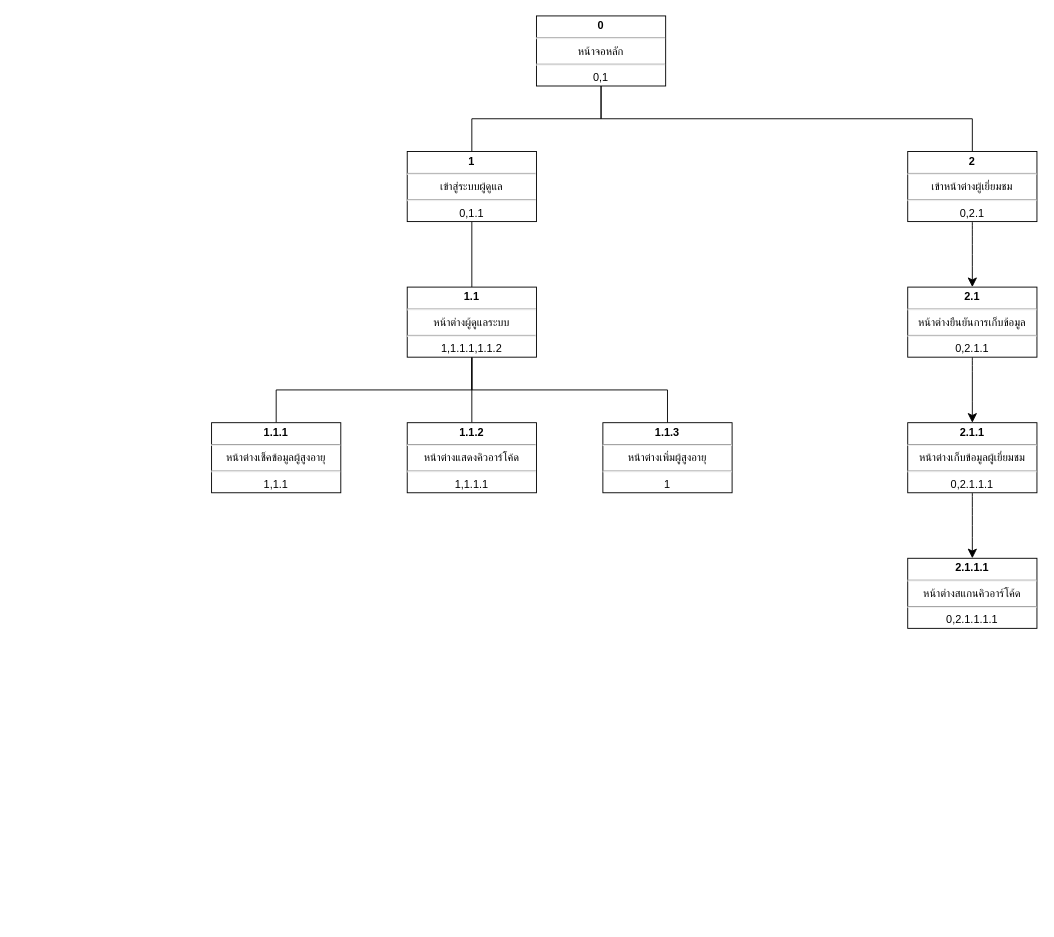
Earlier version of the draw.io diagram Userinterface.drawio (CChayut/Di-grm). Source tidied: cells renumbered, new cells numbered last; positions are measured from the earlier drawing's top-left corner, leaving out a move shared by most shapes. Both pictures are drawn from the tidied source at 91%, with x=0, y=0 at pixel (211, 15).
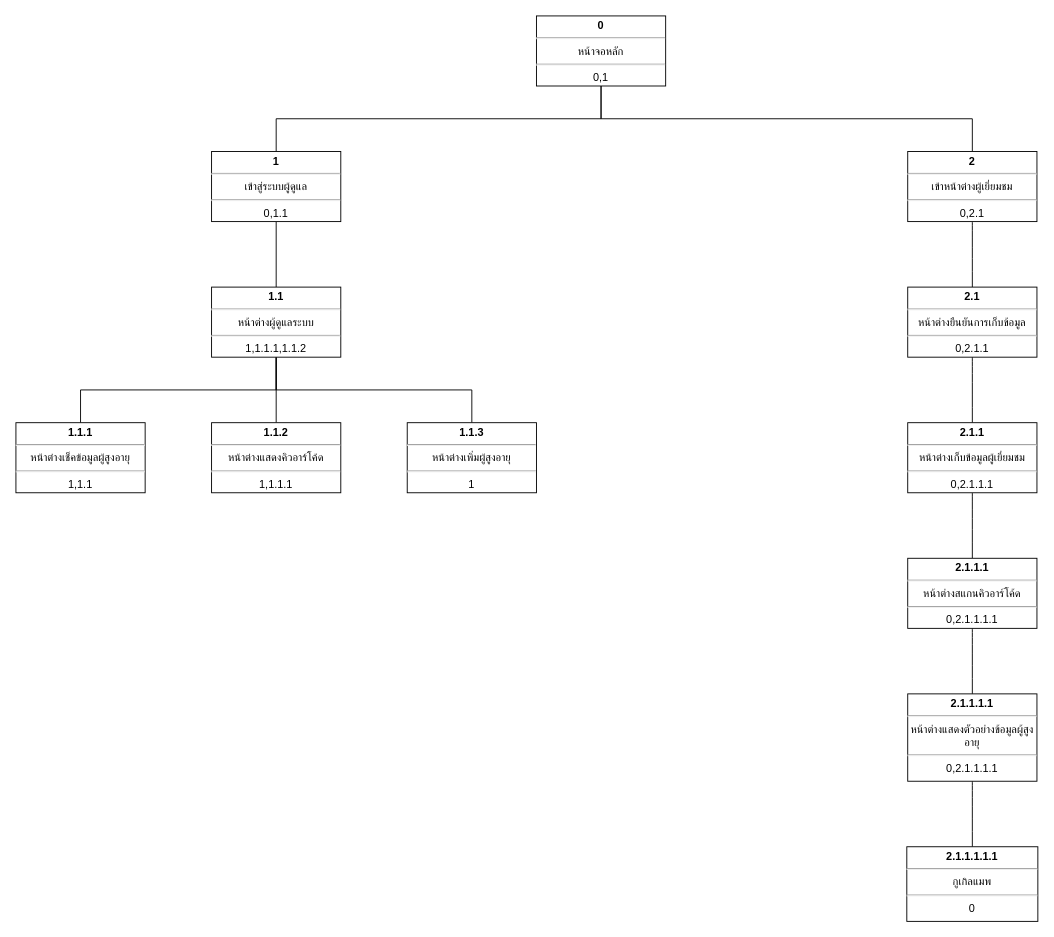
Above is the later version.

Unchanged cells that the change refers to:
```xml
<mxCell id="8" value="&lt;p style=&quot;margin:0px;margin-top:4px;text-align:center;&quot;&gt;&lt;/p&gt;&lt;div style=&quot;text-align: center;&quot;&gt;&lt;b&gt;2&lt;/b&gt;&lt;/div&gt;&lt;div style=&quot;text-align: center;&quot;&gt;&lt;hr&gt;&lt;/div&gt;&lt;div style=&quot;text-align: center;&quot;&gt;&lt;/div&gt;&lt;div style=&quot;text-align: center;&quot;&gt;เข้าหน้าต่างผู้เยี่ยมชม&lt;/div&gt;&lt;hr&gt;&lt;div style=&quot;text-align: center;&quot;&gt;0,2.1&lt;/div&gt;" style="verticalAlign=top;align=left;overflow=fill;html=1;whiteSpace=wrap;" parent="1" vertex="1">
  <mxGeometry x="765" y="149" width="142" height="77" as="geometry" />
</mxCell>
<mxCell id="17" value="&lt;p style=&quot;margin:0px;margin-top:4px;text-align:center;&quot;&gt;&lt;/p&gt;&lt;div style=&quot;text-align: center;&quot;&gt;&lt;b&gt;2.1&lt;/b&gt;&lt;/div&gt;&lt;div style=&quot;text-align: center;&quot;&gt;&lt;hr&gt;&lt;/div&gt;&lt;div style=&quot;text-align: center;&quot;&gt;&lt;/div&gt;&lt;div style=&quot;text-align: center;&quot;&gt;หน้าต่างยืนยันการเก็บข้อมูล&lt;/div&gt;&lt;hr&gt;&lt;div style=&quot;text-align: center;&quot;&gt;0,2.1.1&lt;/div&gt;" style="verticalAlign=top;align=left;overflow=fill;html=1;whiteSpace=wrap;" parent="1" vertex="1">
  <mxGeometry x="765" y="298" width="142" height="77" as="geometry" />
</mxCell>
<mxCell id="19" value="&lt;p style=&quot;margin:0px;margin-top:4px;text-align:center;&quot;&gt;&lt;/p&gt;&lt;div style=&quot;text-align: center;&quot;&gt;&lt;b&gt;2.1.1&lt;/b&gt;&lt;/div&gt;&lt;div style=&quot;text-align: center;&quot;&gt;&lt;hr&gt;&lt;/div&gt;&lt;div style=&quot;text-align: center;&quot;&gt;&lt;/div&gt;&lt;div style=&quot;text-align: center;&quot;&gt;หน้าต่างเก็บข้อมูลผู้เยี่ยมชม&lt;/div&gt;&lt;hr&gt;&lt;div style=&quot;text-align: center;&quot;&gt;0,2.1.1.1&lt;/div&gt;" style="verticalAlign=top;align=left;overflow=fill;html=1;whiteSpace=wrap;" parent="1" vertex="1">
  <mxGeometry x="765" y="447" width="142" height="77" as="geometry" />
</mxCell>
<mxCell id="20" value="&lt;p style=&quot;margin:0px;margin-top:4px;text-align:center;&quot;&gt;&lt;/p&gt;&lt;div style=&quot;text-align: center;&quot;&gt;&lt;b&gt;2.1.1.1&lt;/b&gt;&lt;/div&gt;&lt;div style=&quot;text-align: center;&quot;&gt;&lt;hr&gt;&lt;/div&gt;&lt;div style=&quot;text-align: center;&quot;&gt;&lt;/div&gt;&lt;div style=&quot;text-align: center;&quot;&gt;หน้าต่างสแกนคิวอาร์โค้ด&lt;/div&gt;&lt;hr&gt;&lt;div style=&quot;text-align: center;&quot;&gt;0,2.1.1.1.1&lt;/div&gt;" style="verticalAlign=top;align=left;overflow=fill;html=1;whiteSpace=wrap;" parent="1" vertex="1">
  <mxGeometry x="765" y="596" width="142" height="77" as="geometry" />
</mxCell>
```

What changed in the source:
```diff
@@
     <mxCell id="6" value="&lt;p style=&quot;margin:0px;margin-top:4px;text-align:center;&quot;&gt;&lt;/p&gt;&lt;div style=&quot;text-align: center;&quot;&gt;&lt;b&gt;1&lt;/b&gt;&lt;/div&gt;&lt;div style=&quot;text-align: center;&quot;&gt;&lt;hr&gt;&lt;/div&gt;&lt;div style=&quot;text-align: center;&quot;&gt;&lt;/div&gt;&lt;div style=&quot;text-align: center;&quot;&gt;เข้าสู่ระบบผู้ดูแล&lt;/div&gt;&lt;hr&gt;&lt;div style=&quot;text-align: center;&quot;&gt;0,1.1&lt;/div&gt;" style="verticalAlign=top;align=left;overflow=fill;html=1;whiteSpace=wrap;" parent="1" vertex="1">
-      <mxGeometry x="215" y="149" width="142" height="77" as="geometry" />
+      <mxGeometry y="149" width="142" height="77" as="geometry" />
     </mxCell>
-    <mxCell id="7" style="edgeStyle=none;curved=1;rounded=0;jettySize=auto;html=1;exitX=0.5;exitY=1;exitDx=0;exitDy=0;entryX=0.5;entryY=0;entryDx=0;entryDy=0;fontSize=12;startSize=8;endSize=8;" parent="1" edge="1" source="8" target="17">
+    <mxCell id="7" style="edgeStyle=none;curved=1;rounded=0;jettySize=auto;html=1;exitX=0.5;exitY=1;exitDx=0;exitDy=0;entryX=0.5;entryY=0;entryDx=0;entryDy=0;fontSize=12;startSize=8;endSize=8;endArrow=none;startFill=0;" parent="1" edge="1" source="8" target="17">
       <mxGeometry relative="1" as="geometry" />
     </mxCell>
@@
     <mxCell id="12" value="&lt;p style=&quot;margin:0px;margin-top:4px;text-align:center;&quot;&gt;&lt;/p&gt;&lt;div style=&quot;text-align: center;&quot;&gt;&lt;b&gt;1.1&lt;/b&gt;&lt;/div&gt;&lt;div style=&quot;text-align: center;&quot;&gt;&lt;hr&gt;&lt;/div&gt;&lt;div style=&quot;text-align: center;&quot;&gt;&lt;/div&gt;&lt;div style=&quot;text-align: center;&quot;&gt;หน้าต่างผู้ดูแลระบบ&lt;/div&gt;&lt;hr&gt;&lt;div style=&quot;text-align: center;&quot;&gt;1,1.1.1,1.1.2&lt;/div&gt;" style="verticalAlign=top;align=left;overflow=fill;html=1;whiteSpace=wrap;" parent="1" vertex="1">
-      <mxGeometry x="215" y="298" width="142" height="77" as="geometry" />
+      <mxGeometry y="298" width="142" height="77" as="geometry" />
     </mxCell>
     <mxCell id="13" value="&lt;p style=&quot;margin:0px;margin-top:4px;text-align:center;&quot;&gt;&lt;/p&gt;&lt;div style=&quot;text-align: center;&quot;&gt;&lt;b&gt;1.1.1&lt;/b&gt;&lt;/div&gt;&lt;div style=&quot;text-align: center;&quot;&gt;&lt;hr&gt;&lt;/div&gt;&lt;div style=&quot;text-align: center;&quot;&gt;&lt;/div&gt;&lt;div style=&quot;text-align: center;&quot;&gt;หน้าต่างเช็คข้อมูลผู้สูงอายุ&lt;/div&gt;&lt;hr&gt;&lt;div style=&quot;text-align: center;&quot;&gt;1,1.1&lt;/div&gt;" style="verticalAlign=top;align=left;overflow=fill;html=1;whiteSpace=wrap;" parent="1" vertex="1">
-      <mxGeometry y="447" width="142" height="77" as="geometry" />
+      <mxGeometry x="-215" y="447" width="142" height="77" as="geometry" />
     </mxCell>
     <mxCell id="14" value="&lt;p style=&quot;margin:0px;margin-top:4px;text-align:center;&quot;&gt;&lt;/p&gt;&lt;div style=&quot;text-align: center;&quot;&gt;&lt;b&gt;1.1.2&lt;/b&gt;&lt;/div&gt;&lt;div style=&quot;text-align: center;&quot;&gt;&lt;hr&gt;&lt;/div&gt;&lt;div style=&quot;text-align: center;&quot;&gt;&lt;/div&gt;&lt;div style=&quot;text-align: center;&quot;&gt;หน้าต่างแสดงคิวอาร์โค้ด&lt;/div&gt;&lt;hr&gt;&lt;div style=&quot;text-align: center;&quot;&gt;1,1.1.1&lt;/div&gt;" style="verticalAlign=top;align=left;overflow=fill;html=1;whiteSpace=wrap;" parent="1" vertex="1">
-      <mxGeometry x="215" y="447" width="142" height="77" as="geometry" />
+      <mxGeometry y="447" width="142" height="77" as="geometry" />
     </mxCell>
     <mxCell id="15" value="&lt;p style=&quot;margin:0px;margin-top:4px;text-align:center;&quot;&gt;&lt;/p&gt;&lt;div style=&quot;text-align: center;&quot;&gt;&lt;b&gt;1.1.3&lt;/b&gt;&lt;/div&gt;&lt;div style=&quot;text-align: center;&quot;&gt;&lt;hr&gt;&lt;/div&gt;&lt;div style=&quot;text-align: center;&quot;&gt;&lt;/div&gt;&lt;div style=&quot;text-align: center;&quot;&gt;หน้าต่างเพิ่มผู้สูงอายุ&lt;/div&gt;&lt;hr&gt;&lt;div style=&quot;text-align: center;&quot;&gt;1&lt;/div&gt;" style="verticalAlign=top;align=left;overflow=fill;html=1;whiteSpace=wrap;" parent="1" vertex="1">
-      <mxGeometry x="430" y="447" width="142" height="77" as="geometry" />
+      <mxGeometry x="215" y="447" width="142" height="77" as="geometry" />
     </mxCell>
-    <mxCell id="16" style="edgeStyle=none;curved=1;rounded=0;jettySize=auto;html=1;exitX=0.5;exitY=1;exitDx=0;exitDy=0;entryX=0.5;entryY=0;entryDx=0;entryDy=0;fontSize=12;startSize=8;endSize=8;" parent="1" edge="1" source="17" target="19">
+    <mxCell id="16" style="edgeStyle=none;curved=1;rounded=0;jettySize=auto;html=1;exitX=0.5;exitY=1;exitDx=0;exitDy=0;entryX=0.5;entryY=0;entryDx=0;entryDy=0;fontSize=12;startSize=8;endSize=8;endArrow=none;startFill=0;" parent="1" edge="1" source="17" target="19">
       <mxGeometry relative="1" as="geometry" />
     </mxCell>
@@
-    <mxCell id="18" style="edgeStyle=none;curved=1;rounded=0;jettySize=auto;html=1;exitX=0.5;exitY=1;exitDx=0;exitDy=0;entryX=0.5;entryY=0;entryDx=0;entryDy=0;fontSize=12;startSize=8;endSize=8;" parent="1" edge="1" source="19" target="20">
+    <mxCell id="18" style="edgeStyle=none;curved=1;rounded=0;jettySize=auto;html=1;exitX=0.5;exitY=1;exitDx=0;exitDy=0;entryX=0.5;entryY=0;entryDx=0;entryDy=0;fontSize=12;startSize=8;endSize=8;endArrow=none;startFill=0;" parent="1" edge="1" source="19" target="20">
       <mxGeometry relative="1" as="geometry" />
     </mxCell>
@@
+    <mxCell id="21" style="edgeStyle=none;curved=1;rounded=0;jettySize=auto;html=1;exitX=0.5;exitY=1;exitDx=0;exitDy=0;entryX=0.5;entryY=0;entryDx=0;entryDy=0;fontSize=12;startSize=8;endSize=8;endArrow=none;startFill=0;" parent="1" edge="1" source="20" target="23">
+      <mxGeometry relative="1" as="geometry" />
+    </mxCell>
@@
+    <mxCell id="22" style="edgeStyle=none;curved=1;rounded=0;jettySize=auto;html=1;exitX=0.5;exitY=1;exitDx=0;exitDy=0;entryX=0.5;entryY=0;entryDx=0;entryDy=0;fontSize=12;startSize=8;endSize=8;endArrow=none;startFill=0;" parent="1" edge="1" source="23" target="24">
+      <mxGeometry relative="1" as="geometry" />
+    </mxCell>
+    <mxCell id="23" value="&lt;p style=&quot;margin:0px;margin-top:4px;text-align:center;&quot;&gt;&lt;/p&gt;&lt;div style=&quot;text-align: center;&quot;&gt;&lt;b&gt;2.1.1.1.1&lt;/b&gt;&lt;/div&gt;&lt;div style=&quot;text-align: center;&quot;&gt;&lt;hr&gt;&lt;/div&gt;&lt;div style=&quot;text-align: center;&quot;&gt;&lt;/div&gt;&lt;div style=&quot;text-align: center;&quot;&gt;หน้าต่างแสดงตัวอย่างข้อมูลผู้สูงอายุ&lt;/div&gt;&lt;hr&gt;&lt;div style=&quot;text-align: center;&quot;&gt;0,2.1.1.1.1&lt;/div&gt;" style="verticalAlign=top;align=left;overflow=fill;html=1;whiteSpace=wrap;" parent="1" vertex="1">
+      <mxGeometry x="765" y="745" width="142" height="96" as="geometry" />
+    </mxCell>
+    <mxCell id="24" value="&lt;p style=&quot;margin:0px;margin-top:4px;text-align:center;&quot;&gt;&lt;/p&gt;&lt;div style=&quot;text-align: center;&quot;&gt;&lt;b&gt;2.1.1.1.1.1&lt;/b&gt;&lt;/div&gt;&lt;div style=&quot;text-align: center;&quot;&gt;&lt;hr&gt;&lt;/div&gt;&lt;div style=&quot;text-align: center;&quot;&gt;&lt;/div&gt;&lt;div style=&quot;text-align: center;&quot;&gt;กูเกิลแมพ&lt;/div&gt;&lt;hr&gt;&lt;div style=&quot;text-align: center;&quot;&gt;0&lt;/div&gt;" style="verticalAlign=top;align=left;overflow=fill;html=1;whiteSpace=wrap;" parent="1" vertex="1">
+      <mxGeometry x="764" y="913" width="144" height="82" as="geometry" />
+    </mxCell>
```
